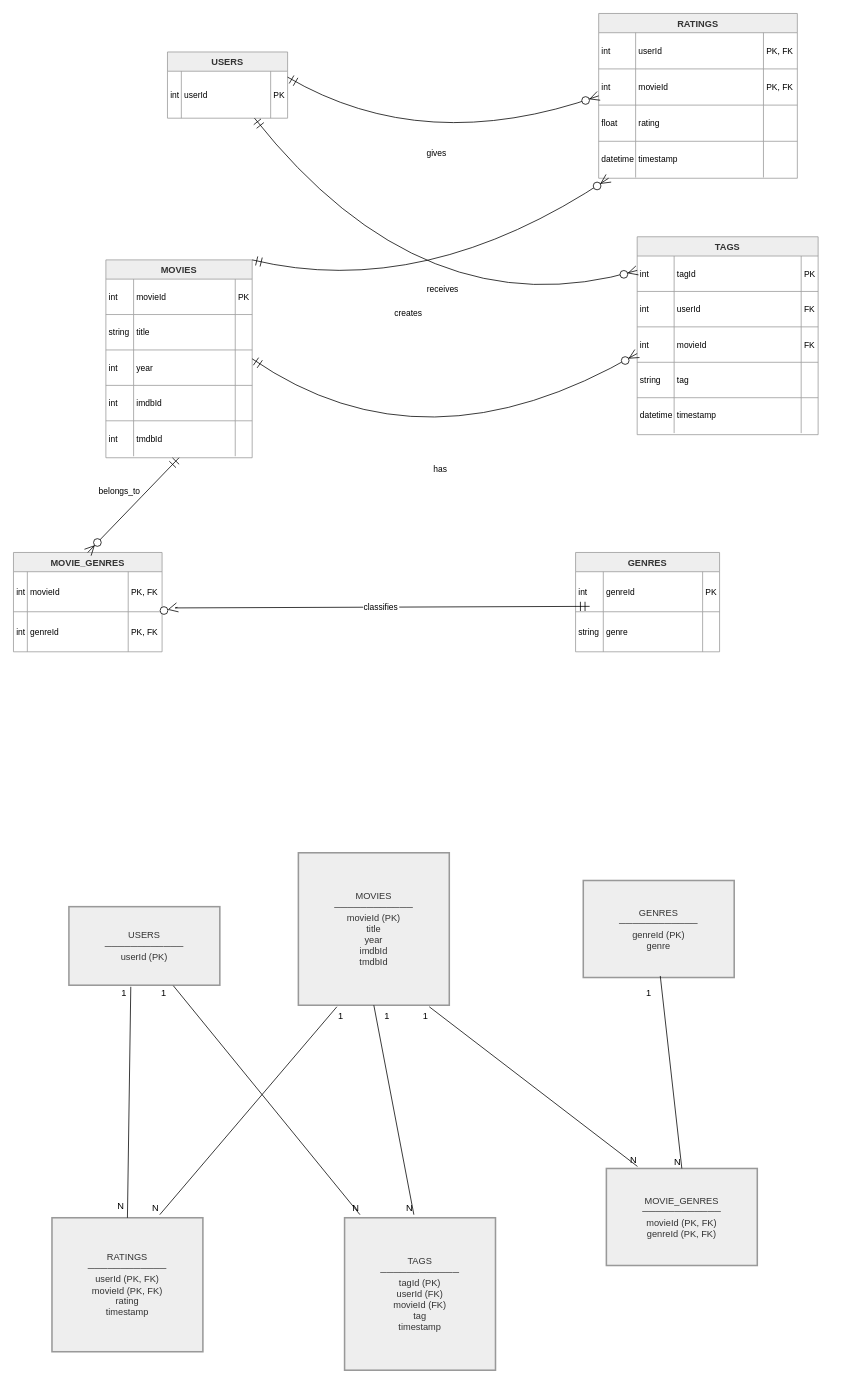
The draw.io diagram ER/ER.drawio in JPSNunes/BDAProject, before the edit. Source tidied: cells renumbered, new cells numbered last; positions are measured from the earlier drawing's top-left corner, leaving out a move shared by most shapes. Both pictures are drawn from the tidied source at 77%, with x=0, y=0 at pixel (13, 13).
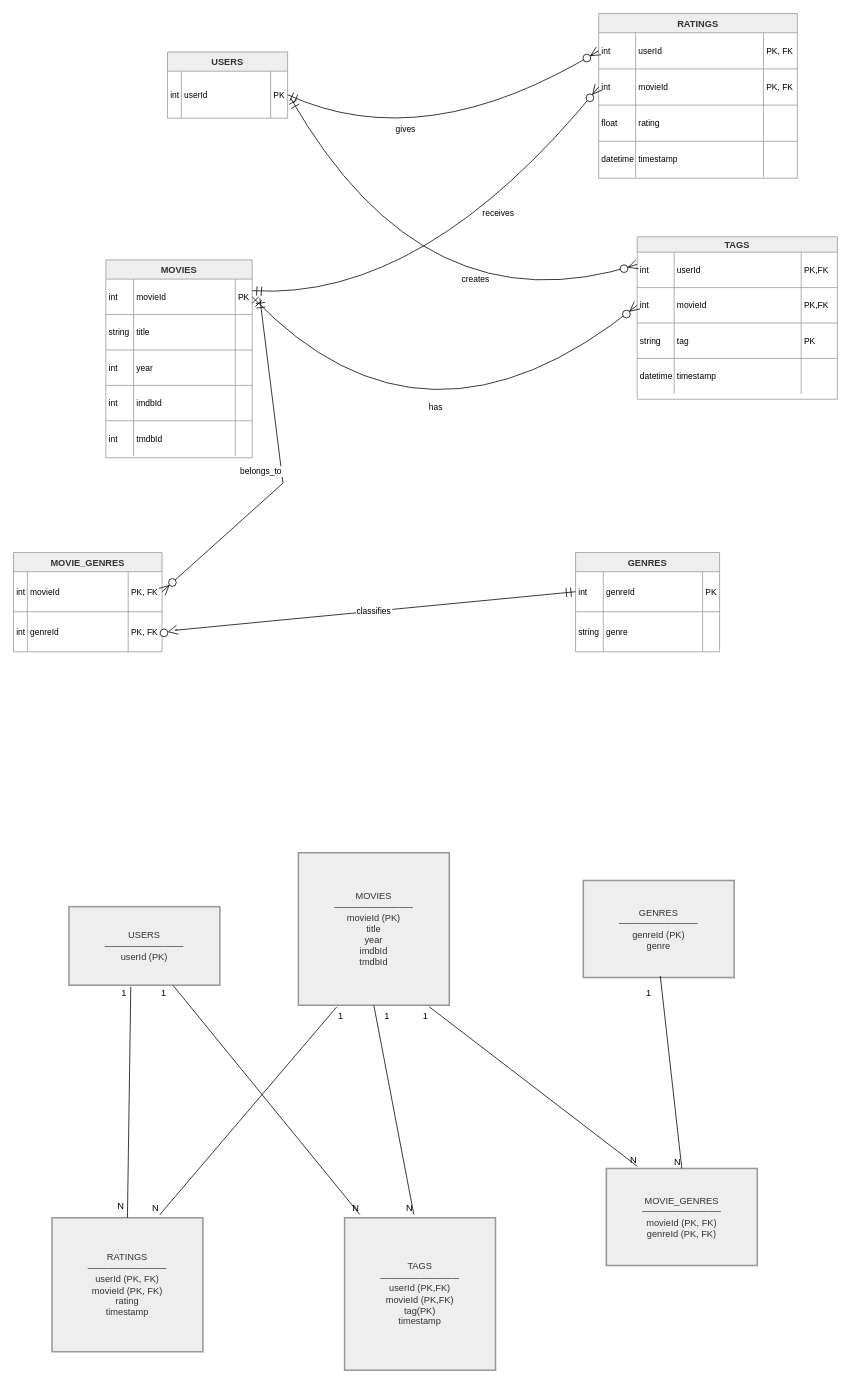
After the change.

The change refers to these unchanged cells:
```xml
<mxCell id="2" value="USERS" style="shape=table;startSize=25;childLayout=tableLayout;rowLines=1;fontStyle=1;align=center;fillColor=light-dark(#eeeeee,#1f2020);strokeColor=light-dark(#999999,#cccccc);fontColor=light-dark(#333333,#cccccc);" parent="1" vertex="1">
  <mxGeometry x="200" y="50" width="156" height="86" as="geometry" />
</mxCell>
<mxCell id="3" style="shape=tableRow;horizontal=0;startSize=0;swimlaneHead=0;swimlaneBody=0;fillColor=none;points=[[0,0.5],[1,0.5]];portConstraint=eastwest;top=0;left=0;right=0;bottom=0;" parent="2" vertex="1">
  <mxGeometry y="25" width="156" height="61" as="geometry" />
</mxCell>
<mxCell id="7" value="RATINGS" style="shape=table;startSize=25;childLayout=tableLayout;rowLines=1;fontStyle=1;align=center;fillColor=light-dark(#eeeeee,#1f2020);strokeColor=light-dark(#999999,#cccccc);fontColor=light-dark(#333333,#cccccc);" parent="1" vertex="1">
  <mxGeometry x="760" width="258" height="214" as="geometry" />
</mxCell>
<mxCell id="8" style="shape=tableRow;horizontal=0;startSize=0;swimlaneHead=0;swimlaneBody=0;fillColor=none;points=[[0,0.5],[1,0.5]];portConstraint=eastwest;top=0;left=0;right=0;bottom=0;" parent="7" vertex="1">
  <mxGeometry y="25" width="258" height="47" as="geometry" />
</mxCell>
<mxCell id="12" style="shape=tableRow;horizontal=0;startSize=0;swimlaneHead=0;swimlaneBody=0;fillColor=none;points=[[0,0.5],[1,0.5]];portConstraint=eastwest;top=0;left=0;right=0;bottom=0;" parent="7" vertex="1">
  <mxGeometry y="72" width="258" height="47" as="geometry" />
</mxCell>
<mxCell id="24" value="MOVIES" style="shape=table;startSize=25;childLayout=tableLayout;rowLines=1;fontStyle=1;align=center;fillColor=light-dark(#eeeeee,#1f2020);strokeColor=light-dark(#999999,#cccccc);fontColor=light-dark(#333333,#cccccc);" parent="1" vertex="1">
  <mxGeometry x="120" y="320" width="190" height="257" as="geometry" />
</mxCell>
<mxCell id="25" style="shape=tableRow;horizontal=0;startSize=0;swimlaneHead=0;swimlaneBody=0;fillColor=none;points=[[0,0.5],[1,0.5]];portConstraint=eastwest;top=0;left=0;right=0;bottom=0;" parent="24" vertex="1">
  <mxGeometry y="25" width="190" height="46" as="geometry" />
</mxCell>
<mxCell id="66" value="MOVIE_GENRES" style="shape=table;startSize=25;childLayout=tableLayout;rowLines=1;fontStyle=1;align=center;fillColor=light-dark(#eeeeee,#1f2020);strokeColor=light-dark(#999999,#cccccc);fontColor=light-dark(#333333,#cccccc);" parent="1" vertex="1">
  <mxGeometry y="700" width="193" height="129" as="geometry" />
</mxCell>
<mxCell id="67" style="shape=tableRow;horizontal=0;startSize=0;swimlaneHead=0;swimlaneBody=0;fillColor=none;points=[[0,0.5],[1,0.5]];portConstraint=eastwest;top=0;left=0;right=0;bottom=0;" parent="66" vertex="1">
  <mxGeometry y="25" width="193" height="52" as="geometry" />
</mxCell>
<mxCell id="76" style="shape=tableRow;horizontal=0;startSize=0;swimlaneHead=0;swimlaneBody=0;fillColor=none;points=[[0,0.5],[1,0.5]];portConstraint=eastwest;top=0;left=0;right=0;bottom=0;" parent="75" vertex="1">
  <mxGeometry y="25" width="187" height="52" as="geometry" />
</mxCell>
```

Change to the diagram source:
```diff
@@
-    <mxCell id="45" value="TAGS" style="shape=table;startSize=25;childLayout=tableLayout;rowLines=1;fontStyle=1;align=center;fillColor=light-dark(#eeeeee,#1f2020);strokeColor=light-dark(#999999,#cccccc);fontColor=light-dark(#333333,#cccccc);" parent="1" vertex="1">
-      <mxGeometry x="810" y="290" width="235" height="257" as="geometry" />
+    <mxCell id="45" value="TAGS" style="shape=table;startSize=20;childLayout=tableLayout;rowLines=1;fontStyle=1;align=center;fillColor=light-dark(#eeeeee,#1f2020);strokeColor=light-dark(#999999,#cccccc);fontColor=light-dark(#333333,#cccccc);" parent="1" vertex="1">
+      <mxGeometry x="810" y="290" width="260" height="211" as="geometry" />
     </mxCell>
-    <mxCell id="46" style="shape=tableRow;horizontal=0;startSize=0;swimlaneHead=0;swimlaneBody=0;fillColor=none;top=0;left=0;right=0;bottom=0;" parent="45" vertex="1">
-      <mxGeometry y="25" width="235" height="46" as="geometry" />
-    </mxCell>
-    <mxCell id="47" value="int" style="shape=partialRectangle;fillColor=none;top=0;left=0;bottom=0;right=0;align=left;spacingLeft=2;overflow=hidden;fontSize=11;" parent="46" vertex="1">
-      <mxGeometry width="48" height="46" as="geometry" />
-    </mxCell>
-    <mxCell id="48" value="tagId" style="shape=partialRectangle;fillColor=none;top=0;left=0;bottom=0;right=0;align=left;spacingLeft=2;overflow=hidden;fontSize=11;" parent="46" vertex="1">
-      <mxGeometry x="48" width="165" height="46" as="geometry" />
-    </mxCell>
-    <mxCell id="49" value="PK" style="shape=partialRectangle;fillColor=none;top=0;left=0;bottom=0;right=0;align=left;spacingLeft=2;overflow=hidden;fontSize=11;" parent="46" vertex="1">
-      <mxGeometry x="213" width="22" height="46" as="geometry" />
-    </mxCell>
     <mxCell id="50" style="shape=tableRow;horizontal=0;startSize=0;swimlaneHead=0;swimlaneBody=0;fillColor=none;top=0;left=0;right=0;bottom=0;" parent="45" vertex="1">
-      <mxGeometry y="71" width="235" height="46" as="geometry" />
+      <mxGeometry y="20" width="260" height="46" as="geometry" />
     </mxCell>
@@
-    <mxCell id="53" value="FK" style="shape=partialRectangle;fillColor=none;top=0;left=0;bottom=0;right=0;align=left;spacingLeft=2;overflow=hidden;fontSize=11;" parent="50" vertex="1">
-      <mxGeometry x="213" width="22" height="46" as="geometry" />
+    <mxCell id="53" value="PK,FK" style="shape=partialRectangle;fillColor=none;top=0;left=0;bottom=0;right=0;align=left;spacingLeft=2;overflow=hidden;fontSize=11;" parent="50" vertex="1">
+      <mxGeometry x="213" width="47" height="46" as="geometry" />
     </mxCell>
     <mxCell id="54" style="shape=tableRow;horizontal=0;startSize=0;swimlaneHead=0;swimlaneBody=0;fillColor=none;points=[[0,0.5],[1,0.5]];portConstraint=eastwest;top=0;left=0;right=0;bottom=0;" parent="45" vertex="1">
-      <mxGeometry y="117" width="235" height="46" as="geometry" />
+      <mxGeometry y="66" width="260" height="46" as="geometry" />
     </mxCell>
@@
-    <mxCell id="57" value="FK" style="shape=partialRectangle;fillColor=none;top=0;left=0;bottom=0;right=0;align=left;spacingLeft=2;overflow=hidden;fontSize=11;" parent="54" vertex="1">
-      <mxGeometry x="213" width="22" height="46" as="geometry" />
+    <mxCell id="57" value="PK,FK" style="shape=partialRectangle;fillColor=none;top=0;left=0;bottom=0;right=0;align=left;spacingLeft=2;overflow=hidden;fontSize=11;" parent="54" vertex="1">
+      <mxGeometry x="213" width="47" height="46" as="geometry" />
     </mxCell>
     <mxCell id="58" style="shape=tableRow;horizontal=0;startSize=0;swimlaneHead=0;swimlaneBody=0;fillColor=none;top=0;left=0;right=0;bottom=0;" parent="45" vertex="1">
-      <mxGeometry y="163" width="235" height="46" as="geometry" />
+      <mxGeometry y="112" width="260" height="46" as="geometry" />
     </mxCell>
@@
-    <mxCell id="61" style="shape=partialRectangle;fillColor=none;top=0;left=0;bottom=0;right=0;align=left;spacingLeft=2;overflow=hidden;fontSize=11;" parent="58" vertex="1">
-      <mxGeometry x="213" width="22" height="46" as="geometry" />
+    <mxCell id="61" value="PK" style="shape=partialRectangle;fillColor=none;top=0;left=0;bottom=0;right=0;align=left;spacingLeft=2;overflow=hidden;fontSize=11;" parent="58" vertex="1">
+      <mxGeometry x="213" width="47" height="46" as="geometry" />
     </mxCell>
     <mxCell id="62" style="shape=tableRow;horizontal=0;startSize=0;swimlaneHead=0;swimlaneBody=0;fillColor=none;top=0;left=0;right=0;bottom=0;" parent="45" vertex="1">
-      <mxGeometry y="209" width="235" height="46" as="geometry" />
+      <mxGeometry y="158" width="260" height="46" as="geometry" />
     </mxCell>
@@
     <mxCell id="65" style="shape=partialRectangle;fillColor=none;top=0;left=0;bottom=0;right=0;align=left;spacingLeft=2;overflow=hidden;fontSize=11;" parent="62" vertex="1">
-      <mxGeometry x="213" width="22" height="46" as="geometry" />
+      <mxGeometry x="213" width="47" height="46" as="geometry" />
     </mxCell>
@@
-    <mxCell id="84" value="gives" style="curved=1;startArrow=ERmandOne;startSize=10;endArrow=ERzeroToMany;endSize=10;exitX=1;exitY=0.38;entryX=0;entryY=0.5;rounded=0;" parent="1" edge="1" source="2" target="7">
-      <mxGeometry relative="1" as="geometry">
+    <mxCell id="84" value="gives" style="curved=1;startArrow=ERmandOne;startSize=10;endArrow=ERzeroToMany;endSize=10;exitX=1;exitY=0.5;entryX=0;entryY=0.5;rounded=0;entryDx=0;entryDy=0;exitDx=0;exitDy=0;" parent="1" edge="1" source="3" target="8">
+      <mxGeometry x="-0.31" y="24" relative="1" as="geometry">
         <Array as="points">
           <mxPoint x="534" y="187" />
         </Array>
+        <mxPoint x="-1" as="offset" />
       </mxGeometry>
     </mxCell>
-    <mxCell id="85" value="receives" style="curved=1;startArrow=ERmandOne;startSize=10;endArrow=ERzeroToMany;endSize=10;exitX=1;exitY=0;entryX=0.05;entryY=1;rounded=0;" parent="1" edge="1" source="24" target="7">
-      <mxGeometry relative="1" as="geometry">
+    <mxCell id="85" value="receives" style="curved=1;startArrow=ERmandOne;startSize=10;endArrow=ERzeroToMany;endSize=10;entryX=0;entryY=0.5;rounded=0;entryDx=0;entryDy=0;" parent="1" edge="1" target="12">
+      <mxGeometry x="0.28" y="-3" relative="1" as="geometry">
+        <mxPoint x="310" y="360" as="sourcePoint" />
         <Array as="points">
           <mxPoint x="534" y="374" />
         </Array>
+        <mxPoint y="-1" as="offset" />
       </mxGeometry>
     </mxCell>
-    <mxCell id="86" value="creates" style="curved=1;startArrow=ERmandOne;startSize=10;endArrow=ERzeroToMany;endSize=10;exitX=0.72;exitY=0.99;entryX=0;entryY=0.17;rounded=0;" parent="1" edge="1" source="2" target="45">
-      <mxGeometry relative="1" as="geometry">
+    <mxCell id="86" value="creates" style="curved=1;startArrow=ERmandOne;startSize=10;endArrow=ERzeroToMany;endSize=10;entryX=0;entryY=0.17;rounded=0;" parent="1" edge="1" target="45">
+      <mxGeometry x="0.36" y="46.85" relative="1" as="geometry">
+        <mxPoint x="360" y="110" as="sourcePoint" />
         <Array as="points">
           <mxPoint x="534" y="415" />
         </Array>
+        <mxPoint y="1" as="offset" />
       </mxGeometry>
     </mxCell>
-    <mxCell id="87" value="has" style="curved=1;startArrow=ERmandOne;startSize=10;endArrow=ERzeroToMany;endSize=10;exitX=1;exitY=0.5;entryX=0;entryY=0.59;rounded=0;" parent="1" edge="1" source="24" target="45">
-      <mxGeometry relative="1" as="geometry">
+    <mxCell id="87" value="has" style="curved=1;startArrow=ERmandOne;startSize=10;endArrow=ERzeroToMany;endSize=10;exitX=1;exitY=0.5;entryX=0;entryY=0.5;rounded=0;entryDx=0;entryDy=0;exitDx=0;exitDy=0;" parent="1" edge="1" source="25" target="54">
+      <mxGeometry x="0.16" y="62" relative="1" as="geometry">
         <Array as="points">
           <mxPoint x="534" y="603" />
         </Array>
       </mxGeometry>
     </mxCell>
-    <mxCell id="88" value="belongs_to" style="curved=0;startArrow=ERmandOne;startSize=10;endArrow=ERzeroToMany;endSize=10;exitX=0.5;exitY=1;entryX=0.5;entryY=0;rounded=0;entryDx=0;entryDy=0;exitDx=0;exitDy=0;" parent="1" edge="1" source="24" target="66">
-      <mxGeometry x="-0.02" y="-26" relative="1" as="geometry" />
+    <mxCell id="88" value="belongs_to" style="curved=0;startArrow=ERmandOne;startSize=10;endArrow=ERzeroToMany;endSize=10;entryX=1;entryY=0.5;rounded=0;entryDx=0;entryDy=0;" parent="1" edge="1" target="67">
+      <mxGeometry x="-0.02" y="-26" relative="1" as="geometry">
+        <mxPoint x="320" y="370" as="sourcePoint" />
+        <Array as="points">
+          <mxPoint x="350" y="610" />
+        </Array>
+      </mxGeometry>
     </mxCell>
-    <mxCell id="89" value="classifies" style="curved=0;startArrow=ERmandOne;startSize=10;endArrow=ERzeroToMany;endSize=10;exitX=-0.009;exitY=0.019;rounded=0;exitDx=0;exitDy=0;exitPerimeter=0;" parent="1" edge="1">
+    <mxCell id="89" value="classifies" style="curved=0;startArrow=ERmandOne;startSize=10;endArrow=ERzeroToMany;endSize=10;exitX=0;exitY=0.5;rounded=0;exitDx=0;exitDy=0;" parent="1" edge="1" source="76">
       <mxGeometry relative="1" as="geometry">
-        <mxPoint x="748.3" y="770" as="sourcePoint" />
-        <mxPoint x="213" y="771.3" as="targetPoint" />
+        <mxPoint x="213" y="800.3" as="targetPoint" />
         <Array as="points">
-          <mxPoint x="210" y="772" />
+          <mxPoint x="210" y="801" />
         </Array>
       </mxGeometry>
     </mxCell>
@@
-    <mxCell id="93" value="TAGS&#10;────────────&#10;tagId (PK)&#10;userId (FK)&#10;movieId (FK)&#10;tag&#10;timestamp" style="whiteSpace=wrap;strokeWidth=2;fillColor=light-dark(#eeeeee,#1f2020);strokeColor=light-dark(#999999,#cccccc);fontColor=light-dark(#333333,#cccccc);" parent="1" vertex="1">
+    <mxCell id="93" value="TAGS&#10;────────────&#10;userId (PK,FK)&#10;movieId (PK,FK)&#10;tag(PK)&#10;timestamp" style="whiteSpace=wrap;strokeWidth=2;fillColor=light-dark(#eeeeee,#1f2020);strokeColor=light-dark(#999999,#cccccc);fontColor=light-dark(#333333,#cccccc);" parent="1" vertex="1">
       <mxGeometry x="430" y="1564" width="196" height="198" as="geometry" />
     </mxCell>
```
